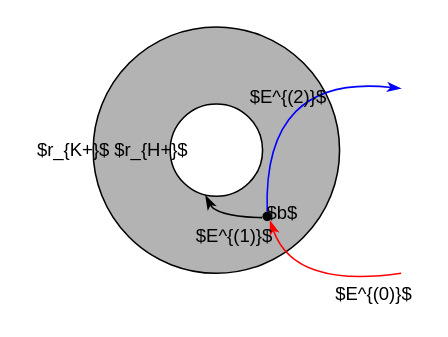
Earlier version of the draw.io diagram img/penrose_binaries/kerr_breakup.drawio (lucass-carneiro/phd-thesis). Source tidied: cells renumbered, new cells numbered last; positions are measured from the earlier drawing's top-left corner, leaving out a move shared by most shapes. Both pictures are drawn from the tidied source at 154%, with x=0, y=0 at pixel (26, 26).
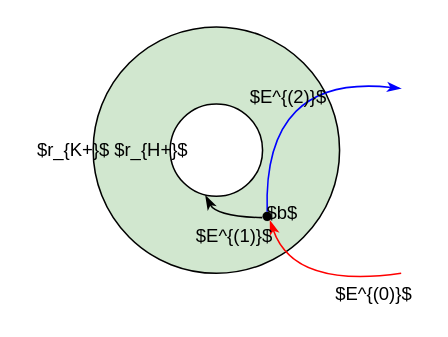
Above is the later version.

What changed in the source:
```diff
@@
 <mxGraphModel>
   <root>
     <mxCell id="0" />
     <mxCell id="1" parent="0" />
-    <mxCell id="2" style="ellipse;whiteSpace=wrap;html=1;fillColor=#B3B3B3;" parent="1" vertex="1">
+    <mxCell id="2" style="ellipse;whiteSpace=wrap;html=1;fillColor=#D1E7CF;" parent="1" vertex="1">
       <mxGeometry x="43" width="160" height="160" as="geometry" />
     </mxCell>
     <mxCell id="3" style="ellipse;whiteSpace=wrap;html=1;fillColor=#FFFFFF;" parent="1" vertex="1">
       <mxGeometry x="93" y="50" width="60" height="60" as="geometry" />
     </mxCell>
     <mxCell id="4" style="ellipse;whiteSpace=wrap;html=1;fillColor=#000000;strokeWidth=0;" parent="1" vertex="1">
       <mxGeometry x="153" y="120" width="6" height="6" as="geometry" />
     </mxCell>
     <mxCell id="5" style="endArrow=none;html=1;rounded=0;curved=1;exitX=0.805;exitY=0.955;exitDx=0;exitDy=0;exitPerimeter=0;endFill=0;startArrow=classicThin;startFill=1;fillColor=#e51400;strokeColor=#FF0000;" parent="1" edge="1" source="4">
       <mxGeometry relative="1" as="geometry">
         <mxPoint x="243" y="160" as="targetPoint" />
         <Array as="points">
           <mxPoint x="173" y="170" />
         </Array>
       </mxGeometry>
     </mxCell>
     <mxCell id="6" style="endArrow=classicThin;html=1;rounded=0;curved=1;exitX=0.5;exitY=0;exitDx=0;exitDy=0;endFill=1;strokeColor=#0000FF;" parent="1" edge="1" source="4">
       <mxGeometry relative="1" as="geometry">
         <mxPoint x="243" y="40" as="targetPoint" />
         <Array as="points">
           <mxPoint x="153" y="30" />
         </Array>
       </mxGeometry>
     </mxCell>
     <mxCell id="7" style="endArrow=classicThin;html=1;rounded=0;curved=1;exitX=-0.037;exitY=0.636;exitDx=0;exitDy=0;exitPerimeter=0;entryX=0.382;entryY=0.992;entryDx=0;entryDy=0;entryPerimeter=0;endFill=1;" parent="1" edge="1" source="4" target="3">
       <mxGeometry relative="1" as="geometry">
         <Array as="points">
           <mxPoint x="123" y="123" />
         </Array>
       </mxGeometry>
     </mxCell>
     <mxCell id="8" value="$b$" style="text;html=1;strokeColor=none;fillColor=none;align=center;verticalAlign=middle;whiteSpace=wrap;rounded=0;strokeWidth=0;" parent="1" vertex="1">
       <mxGeometry x="142" y="113" width="48" height="15" as="geometry" />
     </mxCell>
     <mxCell id="9" value="$E^{(0)}$" style="text;html=1;strokeColor=none;fillColor=none;align=center;verticalAlign=middle;whiteSpace=wrap;rounded=0;strokeWidth=0;" parent="1" vertex="1">
       <mxGeometry x="194" y="164" width="63" height="20" as="geometry" />
     </mxCell>
     <mxCell id="10" value="$E^{(1)}$" style="text;html=1;strokeColor=none;fillColor=none;align=center;verticalAlign=middle;whiteSpace=wrap;rounded=0;strokeWidth=0;" parent="1" vertex="1">
       <mxGeometry x="103" y="126" width="64" height="20" as="geometry" />
     </mxCell>
     <mxCell id="11" value="$E^{(2)}$" style="text;html=1;strokeColor=none;fillColor=none;align=center;verticalAlign=middle;whiteSpace=wrap;rounded=0;strokeWidth=0;" parent="1" vertex="1">
       <mxGeometry x="139" y="36" width="62" height="20" as="geometry" />
     </mxCell>
     <mxCell id="12" value="$r_{H+}$" style="text;html=1;strokeColor=none;fillColor=none;align=center;verticalAlign=middle;whiteSpace=wrap;rounded=0;strokeWidth=0;" parent="1" vertex="1">
       <mxGeometry x="51" y="70" width="60" height="20" as="geometry" />
     </mxCell>
     <mxCell id="13" value="$r_{K+}$" style="text;html=1;strokeColor=none;fillColor=none;align=center;verticalAlign=middle;whiteSpace=wrap;rounded=0;strokeWidth=0;" parent="1" vertex="1">
       <mxGeometry y="70" width="61" height="20" as="geometry" />
     </mxCell>
   </root>
 </mxGraphModel>
```
